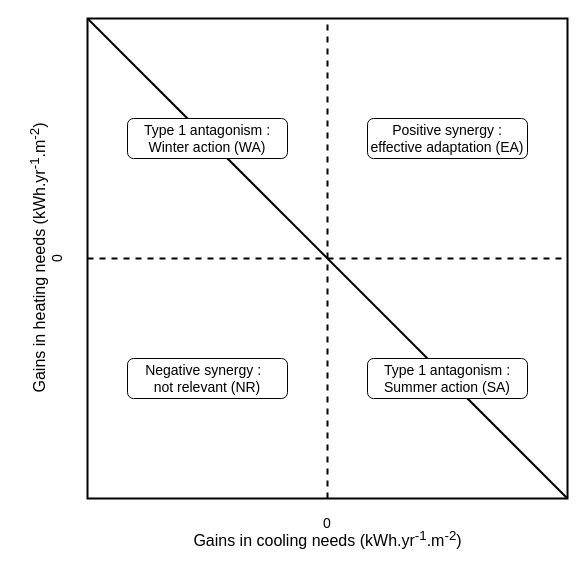
The draw.io diagram 2_chapitre-2/cadran.drawio in amounier/redaction, before the edit. Source tidied: cells renumbered, new cells numbered last; positions are measured from the earlier drawing's top-left corner, leaving out a move shared by most shapes. Both pictures are drawn from the tidied source at 100%, with x=0, y=0 at pixel (-108, 18).
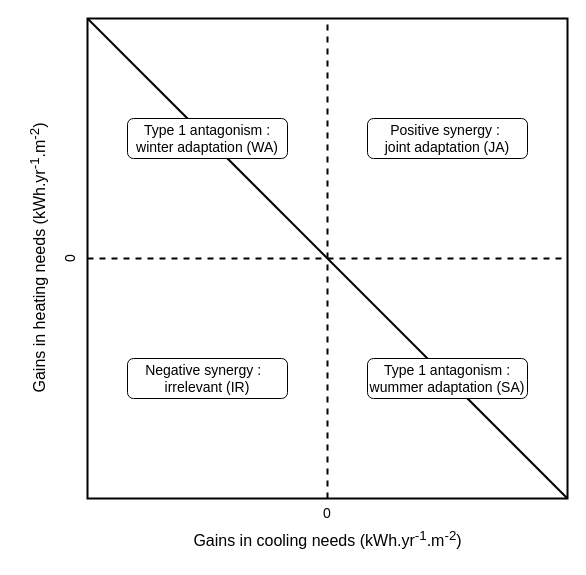
Above is the later version.

Change to the diagram source:
```diff
@@
 <mxGraphModel>
   <root>
     <mxCell id="0" />
     <mxCell id="1" parent="0" />
-    <mxCell id="2" style="rounded=0;whiteSpace=wrap;html=1;strokeWidth=2;fillColor=none;" parent="1" vertex="1">
+    <mxCell id="2" style="rounded=0;whiteSpace=wrap;html=1;strokeWidth=2;fillColor=default;" parent="1" vertex="1">
       <mxGeometry x="195" width="480" height="480" as="geometry" />
     </mxCell>
     <mxCell id="3" value="&lt;font style=&quot;font-size: 16px;&quot;&gt;Gains in cooling needs (kWh.yr&lt;sup&gt;-1&lt;/sup&gt;.m&lt;sup&gt;-2&lt;/sup&gt;)&lt;/font&gt;" style="text;html=1;align=center;verticalAlign=middle;strokeColor=none;fillColor=none;" parent="1" vertex="1">
       <mxGeometry x="290" y="500" width="290" height="40" as="geometry" />
     </mxCell>
     <mxCell id="4" value="&lt;font style=&quot;font-size: 16px;&quot;&gt;Gains in heating needs (kWh.yr&lt;sup&gt;-1&lt;/sup&gt;.m&lt;sup&gt;-2&lt;/sup&gt;)&lt;/font&gt;" style="text;html=1;align=center;verticalAlign=middle;strokeColor=none;fillColor=none;rotation=270;" parent="1" vertex="1">
       <mxGeometry y="220" width="290" height="40" as="geometry" />
     </mxCell>
     <mxCell id="5" value="0" style="text;html=1;align=center;verticalAlign=middle;whiteSpace=wrap;rounded=0;fontSize=14;" parent="1" vertex="1">
-      <mxGeometry x="405" y="490" width="60" height="30" as="geometry" />
+      <mxGeometry x="405" y="480" width="60" height="30" as="geometry" />
     </mxCell>
     <mxCell id="6" value="0" style="text;html=1;align=center;verticalAlign=middle;whiteSpace=wrap;rounded=0;fontSize=14;rotation=270;" parent="1" vertex="1">
-      <mxGeometry x="135" y="225" width="60" height="30" as="geometry" />
+      <mxGeometry x="148" y="225" width="60" height="30" as="geometry" />
     </mxCell>
     <mxCell id="7" style="endArrow=none;html=1;rounded=0;strokeWidth=2;dashed=1;" parent="1" edge="1">
       <mxGeometry relative="1" as="geometry">
         <mxPoint x="435" y="480" as="sourcePoint" />
         <mxPoint x="435" as="targetPoint" />
       </mxGeometry>
     </mxCell>
     <mxCell id="8" style="endArrow=none;html=1;rounded=0;strokeWidth=2;dashed=1;" parent="1" edge="1">
       <mxGeometry relative="1" as="geometry">
         <mxPoint x="195" y="240" as="sourcePoint" />
         <mxPoint x="675" y="240" as="targetPoint" />
       </mxGeometry>
     </mxCell>
     <mxCell id="9" style="endArrow=none;html=1;rounded=0;entryX=0;entryY=0;entryDx=0;entryDy=0;exitX=1;exitY=1;exitDx=0;exitDy=0;strokeWidth=2;" parent="1" edge="1" source="2" target="2">
       <mxGeometry relative="1" as="geometry" />
     </mxCell>
-    <mxCell id="10" value="&lt;font style=&quot;font-size: 14px;&quot;&gt;Positive synergy : effective adaptation (EA)&lt;/font&gt;" style="text;html=1;align=center;verticalAlign=middle;whiteSpace=wrap;rounded=1;strokeColor=default;perimeterSpacing=10;strokeWidth=1;" parent="1" vertex="1">
+    <mxCell id="10" value="&lt;font style=&quot;font-size: 14px;&quot;&gt;Positive synergy :&amp;nbsp;&lt;/font&gt;&lt;div&gt;&lt;font style=&quot;font-size: 14px;&quot;&gt;joint adaptation (JA)&lt;/font&gt;&lt;/div&gt;" style="text;html=1;align=center;verticalAlign=middle;whiteSpace=wrap;rounded=1;strokeColor=default;perimeterSpacing=10;strokeWidth=1;" parent="1" vertex="1">
       <mxGeometry x="475" y="100" width="160" height="40" as="geometry" />
     </mxCell>
-    <mxCell id="11" value="&lt;font style=&quot;font-size: 14px;&quot;&gt;Negative synergy :&amp;nbsp;&amp;nbsp;&lt;/font&gt;&lt;div&gt;&lt;font style=&quot;font-size: 14px;&quot;&gt;not relevant (NR)&lt;/font&gt;&lt;/div&gt;" style="text;html=1;align=center;verticalAlign=middle;whiteSpace=wrap;rounded=1;strokeColor=default;perimeterSpacing=10;strokeWidth=1;" parent="1" vertex="1">
+    <mxCell id="11" value="&lt;font style=&quot;font-size: 14px;&quot;&gt;Negative synergy :&amp;nbsp;&amp;nbsp;&lt;/font&gt;&lt;div&gt;&lt;font style=&quot;font-size: 14px;&quot;&gt;irrelevant (IR)&lt;/font&gt;&lt;/div&gt;" style="text;html=1;align=center;verticalAlign=middle;whiteSpace=wrap;rounded=1;strokeColor=default;perimeterSpacing=10;strokeWidth=1;" parent="1" vertex="1">
       <mxGeometry x="235" y="340" width="160" height="40" as="geometry" />
     </mxCell>
-    <mxCell id="12" value="&lt;font style=&quot;font-size: 14px;&quot;&gt;Type 1 antagonism : Winter action (WA)&lt;/font&gt;" style="text;html=1;align=center;verticalAlign=middle;whiteSpace=wrap;rounded=1;fillColor=default;strokeColor=default;perimeterSpacing=10;strokeWidth=1;" parent="1" vertex="1">
+    <mxCell id="12" value="&lt;font style=&quot;font-size: 14px;&quot;&gt;Type 1 antagonism : winter adaptation (WA)&lt;/font&gt;" style="text;html=1;align=center;verticalAlign=middle;whiteSpace=wrap;rounded=1;fillColor=default;strokeColor=default;perimeterSpacing=10;strokeWidth=1;" parent="1" vertex="1">
       <mxGeometry x="235" y="100" width="160" height="40" as="geometry" />
     </mxCell>
-    <mxCell id="13" value="&lt;span style=&quot;font-size: 14px;&quot;&gt;Type 1 antagonism : Summer action (SA)&lt;/span&gt;" style="text;html=1;align=center;verticalAlign=middle;whiteSpace=wrap;rounded=1;fillColor=default;gradientColor=none;strokeColor=default;perimeterSpacing=10;strokeWidth=1;" parent="1" vertex="1">
+    <mxCell id="13" value="&lt;span style=&quot;font-size: 14px;&quot;&gt;Type 1 antagonism : wummer adaptation (SA)&lt;/span&gt;" style="text;html=1;align=center;verticalAlign=middle;whiteSpace=wrap;rounded=1;fillColor=default;gradientColor=none;strokeColor=default;perimeterSpacing=10;strokeWidth=1;" parent="1" vertex="1">
       <mxGeometry x="475" y="340" width="160" height="40" as="geometry" />
     </mxCell>
   </root>
 </mxGraphModel>
```
